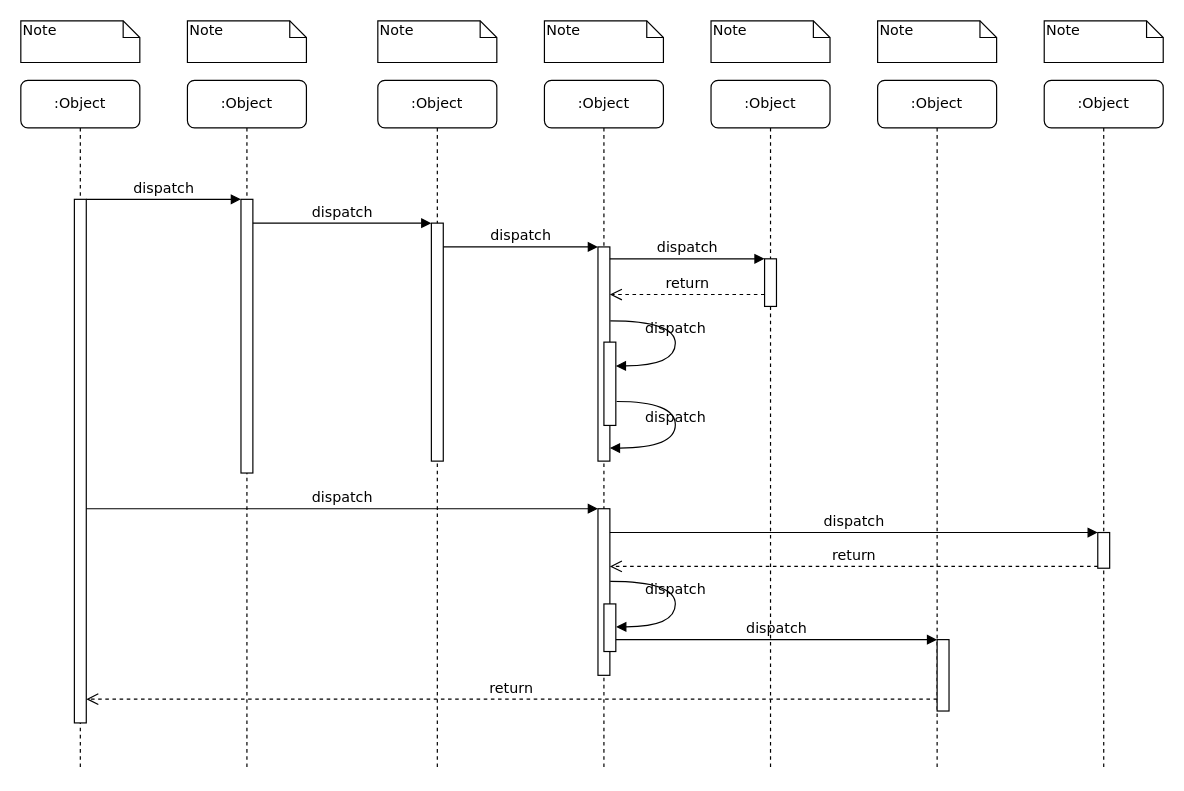
This is sequence.drawio from StanEkso/kanban-projecting, a draw.io file, before an edit. Source tidied: cells renumbered, new cells numbered last; positions are measured from the earlier drawing's top-left corner, leaving out a move shared by most shapes. Both pictures are drawn from the tidied source at 119%, with x=0, y=0 at pixel (20, 20).
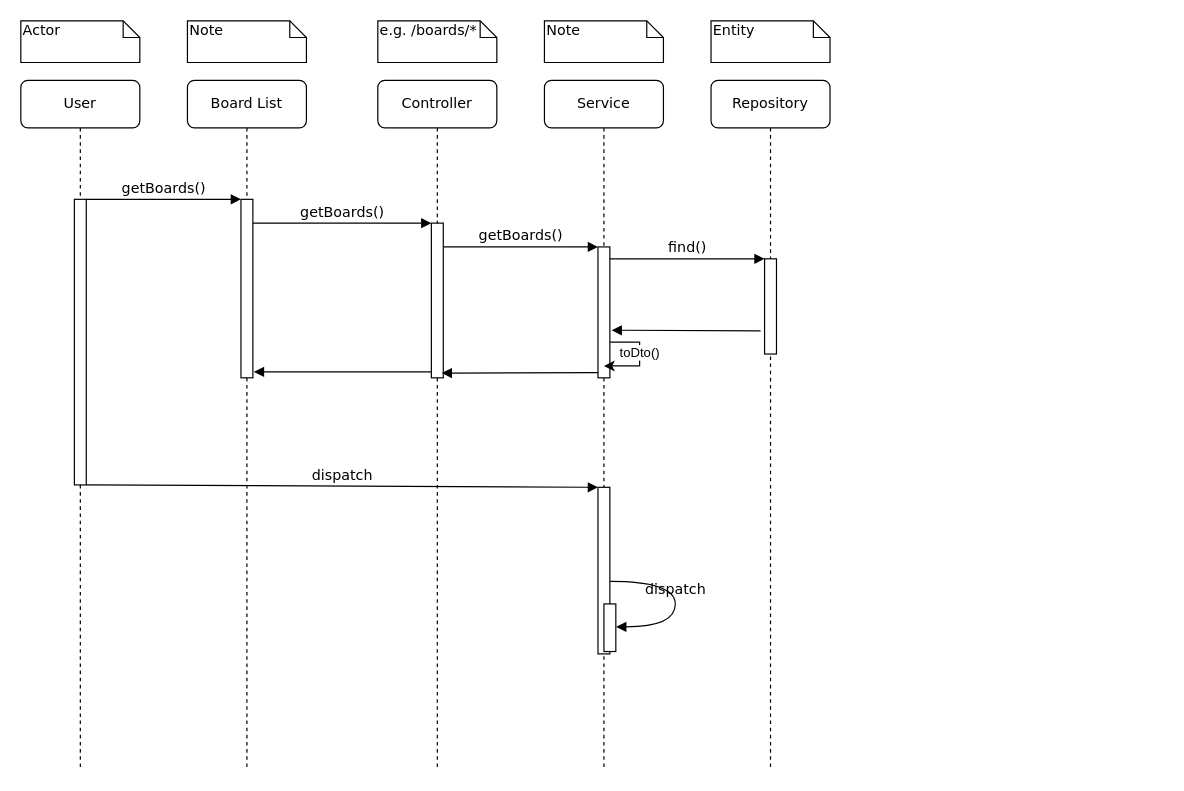
Above is the later version.

Commit message:
feat: board sequence

Unchanged cells that the change refers to:
```xml
<mxCell id="30" style="html=1;points=[];perimeter=orthogonalPerimeter;rounded=0;shadow=0;comic=0;labelBackgroundColor=none;strokeWidth=1;fontFamily=Verdana;fontSize=12;align=center;" parent="1" vertex="1">
  <mxGeometry x="490" y="490" width="10" height="40" as="geometry" />
</mxCell>
```

What changed in the source:
```diff
@@
-    <mxCell id="2" value=":Object" style="shape=umlLifeline;perimeter=lifelinePerimeter;whiteSpace=wrap;html=1;rounded=1;shadow=0;comic=0;labelBackgroundColor=none;strokeWidth=1;fontFamily=Verdana;fontSize=12;align=center;" parent="1" vertex="1">
+    <mxCell id="2" value="Board List" style="shape=umlLifeline;perimeter=lifelinePerimeter;whiteSpace=wrap;html=1;rounded=1;shadow=0;comic=0;labelBackgroundColor=none;strokeWidth=1;fontFamily=Verdana;fontSize=12;align=center;" parent="1" vertex="1">
       <mxGeometry x="140" y="50" width="100" height="580" as="geometry" />
     </mxCell>
     <mxCell id="3" style="html=1;points=[];perimeter=orthogonalPerimeter;rounded=0;shadow=0;comic=0;labelBackgroundColor=none;strokeWidth=1;fontFamily=Verdana;fontSize=12;align=center;" parent="2" vertex="1">
-      <mxGeometry x="45" y="100" width="10" height="230" as="geometry" />
+      <mxGeometry x="45" y="100" width="10" height="150" as="geometry" />
     </mxCell>
-    <mxCell id="4" value=":Object" style="shape=umlLifeline;perimeter=lifelinePerimeter;whiteSpace=wrap;html=1;rounded=1;shadow=0;comic=0;labelBackgroundColor=none;strokeWidth=1;fontFamily=Verdana;fontSize=12;align=center;" parent="1" vertex="1">
+    <mxCell id="4" value="Controller" style="shape=umlLifeline;perimeter=lifelinePerimeter;whiteSpace=wrap;html=1;rounded=1;shadow=0;comic=0;labelBackgroundColor=none;strokeWidth=1;fontFamily=Verdana;fontSize=12;align=center;" parent="1" vertex="1">
       <mxGeometry x="300" y="50" width="100" height="580" as="geometry" />
     </mxCell>
     <mxCell id="5" style="html=1;points=[];perimeter=orthogonalPerimeter;rounded=0;shadow=0;comic=0;labelBackgroundColor=none;strokeWidth=1;fontFamily=Verdana;fontSize=12;align=center;" parent="4" vertex="1">
-      <mxGeometry x="45" y="120" width="10" height="200" as="geometry" />
+      <mxGeometry x="45" y="120" width="10" height="130" as="geometry" />
     </mxCell>
-    <mxCell id="6" value=":Object" style="shape=umlLifeline;perimeter=lifelinePerimeter;whiteSpace=wrap;html=1;rounded=1;shadow=0;comic=0;labelBackgroundColor=none;strokeWidth=1;fontFamily=Verdana;fontSize=12;align=center;" parent="1" vertex="1">
+    <mxCell id="6" value="Service" style="shape=umlLifeline;perimeter=lifelinePerimeter;whiteSpace=wrap;html=1;rounded=1;shadow=0;comic=0;labelBackgroundColor=none;strokeWidth=1;fontFamily=Verdana;fontSize=12;align=center;" parent="1" vertex="1">
       <mxGeometry x="440" y="50" width="100" height="580" as="geometry" />
     </mxCell>
-    <mxCell id="7" value=":Object" style="shape=umlLifeline;perimeter=lifelinePerimeter;whiteSpace=wrap;html=1;rounded=1;shadow=0;comic=0;labelBackgroundColor=none;strokeWidth=1;fontFamily=Verdana;fontSize=12;align=center;" parent="1" vertex="1">
+    <mxCell id="7" value="Repository" style="shape=umlLifeline;perimeter=lifelinePerimeter;whiteSpace=wrap;html=1;rounded=1;shadow=0;comic=0;labelBackgroundColor=none;strokeWidth=1;fontFamily=Verdana;fontSize=12;align=center;" parent="1" vertex="1">
       <mxGeometry x="580" y="50" width="100" height="580" as="geometry" />
     </mxCell>
-    <mxCell id="8" value=":Object" style="shape=umlLifeline;perimeter=lifelinePerimeter;whiteSpace=wrap;html=1;rounded=1;shadow=0;comic=0;labelBackgroundColor=none;strokeWidth=1;fontFamily=Verdana;fontSize=12;align=center;" parent="1" vertex="1">
-      <mxGeometry x="720" y="50" width="100" height="580" as="geometry" />
-    </mxCell>
-    <mxCell id="9" value=":Object" style="shape=umlLifeline;perimeter=lifelinePerimeter;whiteSpace=wrap;html=1;rounded=1;shadow=0;comic=0;labelBackgroundColor=none;strokeWidth=1;fontFamily=Verdana;fontSize=12;align=center;" parent="1" vertex="1">
-      <mxGeometry x="860" y="50" width="100" height="580" as="geometry" />
-    </mxCell>
-    <mxCell id="10" value=":Object" style="shape=umlLifeline;perimeter=lifelinePerimeter;whiteSpace=wrap;html=1;rounded=1;shadow=0;comic=0;labelBackgroundColor=none;strokeWidth=1;fontFamily=Verdana;fontSize=12;align=center;" parent="1" vertex="1">
+    <mxCell id="10" value="User" style="shape=umlLifeline;perimeter=lifelinePerimeter;whiteSpace=wrap;html=1;rounded=1;shadow=0;comic=0;labelBackgroundColor=none;strokeWidth=1;fontFamily=Verdana;fontSize=12;align=center;" parent="1" vertex="1">
       <mxGeometry y="50" width="100" height="580" as="geometry" />
     </mxCell>
     <mxCell id="11" style="html=1;points=[];perimeter=orthogonalPerimeter;rounded=0;shadow=0;comic=0;labelBackgroundColor=none;strokeWidth=1;fontFamily=Verdana;fontSize=12;align=center;" parent="10" vertex="1">
-      <mxGeometry x="45" y="100" width="10" height="440" as="geometry" />
+      <mxGeometry x="45" y="100" width="10" height="240" as="geometry" />
     </mxCell>
     <mxCell id="12" style="html=1;points=[];perimeter=orthogonalPerimeter;rounded=0;shadow=0;comic=0;labelBackgroundColor=none;strokeWidth=1;fontFamily=Verdana;fontSize=12;align=center;" parent="1" vertex="1">
-      <mxGeometry x="485" y="190" width="10" height="180" as="geometry" />
+      <mxGeometry x="485" y="190" width="10" height="110" as="geometry" />
     </mxCell>
-    <mxCell id="13" value="dispatch" style="html=1;verticalAlign=bottom;endArrow=block;labelBackgroundColor=none;fontFamily=Verdana;fontSize=12;edgeStyle=elbowEdgeStyle;elbow=vertical;" parent="1" edge="1" source="5" target="12">
+    <mxCell id="13" value="getBoards()" style="html=1;verticalAlign=bottom;endArrow=block;labelBackgroundColor=none;fontFamily=Verdana;fontSize=12;edgeStyle=elbowEdgeStyle;elbow=vertical;" parent="1" edge="1" source="5" target="12">
       <mxGeometry relative="1" as="geometry">
         <Array as="points">
           <mxPoint x="360" y="190" />
         </Array>
       </mxGeometry>
     </mxCell>
     <mxCell id="14" style="html=1;points=[];perimeter=orthogonalPerimeter;rounded=0;shadow=0;comic=0;labelBackgroundColor=none;strokeWidth=1;fontFamily=Verdana;fontSize=12;align=center;" parent="1" vertex="1">
-      <mxGeometry x="625" y="200" width="10" height="40" as="geometry" />
+      <mxGeometry x="625" y="200" width="10" height="80" as="geometry" />
     </mxCell>
-    <mxCell id="15" value="dispatch" style="html=1;verticalAlign=bottom;endArrow=block;entryX=0;entryY=0;labelBackgroundColor=none;fontFamily=Verdana;fontSize=12;edgeStyle=elbowEdgeStyle;elbow=vertical;" parent="1" edge="1" source="12" target="14">
+    <mxCell id="15" value="find()" style="html=1;verticalAlign=bottom;endArrow=block;entryX=0;entryY=0;labelBackgroundColor=none;fontFamily=Verdana;fontSize=12;edgeStyle=elbowEdgeStyle;elbow=vertical;" parent="1" edge="1" source="12" target="14">
       <mxGeometry relative="1" as="geometry" />
     </mxCell>
-    <mxCell id="16" value="return" style="html=1;verticalAlign=bottom;endArrow=open;dashed=1;endSize=8;labelBackgroundColor=none;fontFamily=Verdana;fontSize=12;edgeStyle=elbowEdgeStyle;elbow=vertical;" parent="1" edge="1" source="14" target="12">
-      <mxGeometry relative="1" as="geometry">
-        <Array as="points">
-          <mxPoint x="570" y="230" />
-          <mxPoint x="600" y="230" />
-        </Array>
-      </mxGeometry>
-    </mxCell>
     <mxCell id="17" style="html=1;points=[];perimeter=orthogonalPerimeter;rounded=0;shadow=0;comic=0;labelBackgroundColor=none;strokeWidth=1;fontFamily=Verdana;fontSize=12;align=center;" parent="1" vertex="1">
-      <mxGeometry x="485" y="410" width="10" height="140" as="geometry" />
+      <mxGeometry x="485" y="392" width="10" height="140" as="geometry" />
     </mxCell>
@@
-    <mxCell id="19" style="html=1;points=[];perimeter=orthogonalPerimeter;rounded=0;shadow=0;comic=0;labelBackgroundColor=none;strokeColor=#000000;strokeWidth=1;fillColor=#FFFFFF;fontFamily=Verdana;fontSize=12;fontColor=#000000;align=center;" parent="1" vertex="1">
-      <mxGeometry x="905" y="430" width="10" height="30" as="geometry" />
-    </mxCell>
-    <mxCell id="20" value="dispatch" style="html=1;verticalAlign=bottom;endArrow=block;entryX=0;entryY=0;labelBackgroundColor=none;fontFamily=Verdana;fontSize=12;" parent="1" edge="1" source="17" target="19">
-      <mxGeometry relative="1" as="geometry" />
-    </mxCell>
-    <mxCell id="21" value="return" style="html=1;verticalAlign=bottom;endArrow=open;dashed=1;endSize=8;exitX=0;exitY=0.95;labelBackgroundColor=none;fontFamily=Verdana;fontSize=12;" parent="1" edge="1" source="19" target="17">
-      <mxGeometry relative="1" as="geometry" />
-    </mxCell>
-    <mxCell id="22" style="html=1;points=[];perimeter=orthogonalPerimeter;rounded=0;shadow=0;comic=0;labelBackgroundColor=none;strokeWidth=1;fontFamily=Verdana;fontSize=12;align=center;" parent="1" vertex="1">
-      <mxGeometry x="770" y="520" width="10" height="60" as="geometry" />
-    </mxCell>
-    <mxCell id="23" value="dispatch" style="html=1;verticalAlign=bottom;endArrow=block;entryX=0;entryY=0;labelBackgroundColor=none;fontFamily=Verdana;fontSize=12;edgeStyle=elbowEdgeStyle;elbow=vertical;" parent="1" edge="1" source="30" target="22">
-      <mxGeometry relative="1" as="geometry" />
-    </mxCell>
-    <mxCell id="24" value="return" style="html=1;verticalAlign=bottom;endArrow=open;dashed=1;endSize=8;labelBackgroundColor=none;fontFamily=Verdana;fontSize=12;edgeStyle=elbowEdgeStyle;elbow=vertical;" parent="1" edge="1" source="22" target="11">
-      <mxGeometry relative="1" as="geometry">
-        <Array as="points">
-          <mxPoint x="470" y="570" />
-        </Array>
-      </mxGeometry>
-    </mxCell>
-    <mxCell id="25" value="dispatch" style="html=1;verticalAlign=bottom;endArrow=block;entryX=0;entryY=0;labelBackgroundColor=none;fontFamily=Verdana;fontSize=12;edgeStyle=elbowEdgeStyle;elbow=vertical;" parent="1" edge="1" source="11" target="3">
+    <mxCell id="25" value="getBoards()" style="html=1;verticalAlign=bottom;endArrow=block;entryX=0;entryY=0;labelBackgroundColor=none;fontFamily=Verdana;fontSize=12;edgeStyle=elbowEdgeStyle;elbow=vertical;" parent="1" edge="1" source="11" target="3">
       <mxGeometry relative="1" as="geometry" />
     </mxCell>
-    <mxCell id="26" value="dispatch" style="html=1;verticalAlign=bottom;endArrow=block;entryX=0;entryY=0;labelBackgroundColor=none;fontFamily=Verdana;fontSize=12;edgeStyle=elbowEdgeStyle;elbow=vertical;" parent="1" edge="1" source="3" target="5">
+    <mxCell id="26" value="getBoards()" style="html=1;verticalAlign=bottom;endArrow=block;entryX=0;entryY=0;labelBackgroundColor=none;fontFamily=Verdana;fontSize=12;edgeStyle=elbowEdgeStyle;elbow=vertical;" parent="1" edge="1" source="3" target="5">
       <mxGeometry relative="1" as="geometry" />
     </mxCell>
-    <mxCell id="27" style="html=1;points=[];perimeter=orthogonalPerimeter;rounded=0;shadow=0;comic=0;labelBackgroundColor=none;strokeWidth=1;fontFamily=Verdana;fontSize=12;align=center;" parent="1" vertex="1">
-      <mxGeometry x="490" y="270" width="10" height="70" as="geometry" />
-    </mxCell>
-    <mxCell id="28" value="dispatch" style="html=1;verticalAlign=bottom;endArrow=block;labelBackgroundColor=none;fontFamily=Verdana;fontSize=12;elbow=vertical;edgeStyle=orthogonalEdgeStyle;curved=1;entryX=1;entryY=0.286;entryPerimeter=0;exitX=1.038;exitY=0.345;exitPerimeter=0;" parent="1" edge="1" source="12" target="27">
-      <mxGeometry relative="1" as="geometry">
-        <Array as="points">
-          <mxPoint x="550" y="252" />
-          <mxPoint x="550" y="290" />
-        </Array>
-      </mxGeometry>
-    </mxCell>
-    <mxCell id="29" value="dispatch" style="html=1;verticalAlign=bottom;endArrow=block;labelBackgroundColor=none;fontFamily=Verdana;fontSize=12;elbow=vertical;edgeStyle=orthogonalEdgeStyle;curved=1;exitX=1.066;exitY=0.713;exitPerimeter=0;" parent="1" edge="1" source="27">
-      <mxGeometry relative="1" as="geometry">
-        <mxPoint x="495" y="359" as="targetPoint" />
-        <Array as="points">
-          <mxPoint x="550" y="320" />
-          <mxPoint x="550" y="359" />
-        </Array>
-      </mxGeometry>
-    </mxCell>
@@
-    <mxCell id="32" value="Note" style="shape=note;whiteSpace=wrap;html=1;size=14;verticalAlign=top;align=left;spacingTop=-6;rounded=0;shadow=0;comic=0;labelBackgroundColor=none;strokeWidth=1;fontFamily=Verdana;fontSize=12;" parent="1" vertex="1">
+    <mxCell id="32" value="Actor" style="shape=note;whiteSpace=wrap;html=1;size=14;verticalAlign=top;align=left;spacingTop=-6;rounded=0;shadow=0;comic=0;labelBackgroundColor=none;strokeWidth=1;fontFamily=Verdana;fontSize=12;" parent="1" vertex="1">
       <mxGeometry width="100" height="35" as="geometry" />
     </mxCell>
@@
-    <mxCell id="34" value="Note" style="shape=note;whiteSpace=wrap;html=1;size=14;verticalAlign=top;align=left;spacingTop=-6;rounded=0;shadow=0;comic=0;labelBackgroundColor=none;strokeWidth=1;fontFamily=Verdana;fontSize=12;" parent="1" vertex="1">
+    <mxCell id="34" value="e.g. /boards/*" style="shape=note;whiteSpace=wrap;html=1;size=14;verticalAlign=top;align=left;spacingTop=-6;rounded=0;shadow=0;comic=0;labelBackgroundColor=none;strokeWidth=1;fontFamily=Verdana;fontSize=12;" parent="1" vertex="1">
       <mxGeometry x="300" width="100" height="35" as="geometry" />
     </mxCell>
@@
-    <mxCell id="36" value="Note" style="shape=note;whiteSpace=wrap;html=1;size=14;verticalAlign=top;align=left;spacingTop=-6;rounded=0;shadow=0;comic=0;labelBackgroundColor=none;strokeWidth=1;fontFamily=Verdana;fontSize=12;" parent="1" vertex="1">
+    <mxCell id="36" value="Entity" style="shape=note;whiteSpace=wrap;html=1;size=14;verticalAlign=top;align=left;spacingTop=-6;rounded=0;shadow=0;comic=0;labelBackgroundColor=none;strokeWidth=1;fontFamily=Verdana;fontSize=12;" parent="1" vertex="1">
       <mxGeometry x="580" width="100" height="35" as="geometry" />
     </mxCell>
-    <mxCell id="37" value="Note" style="shape=note;whiteSpace=wrap;html=1;size=14;verticalAlign=top;align=left;spacingTop=-6;rounded=0;shadow=0;comic=0;labelBackgroundColor=none;strokeWidth=1;fontFamily=Verdana;fontSize=12;" parent="1" vertex="1">
-      <mxGeometry x="720" width="100" height="35" as="geometry" />
-    </mxCell>
-    <mxCell id="38" value="Note" style="shape=note;whiteSpace=wrap;html=1;size=14;verticalAlign=top;align=left;spacingTop=-6;rounded=0;shadow=0;comic=0;labelBackgroundColor=none;strokeWidth=1;fontFamily=Verdana;fontSize=12;" parent="1" vertex="1">
-      <mxGeometry x="860" width="100" height="35" as="geometry" />
-    </mxCell>
+    <mxCell id="39" style="html=1;verticalAlign=bottom;endArrow=block;entryX=1.152;entryY=0.946;labelBackgroundColor=none;fontFamily=Verdana;fontSize=12;edgeStyle=elbowEdgeStyle;elbow=vertical;entryDx=0;entryDy=0;entryPerimeter=0;exitX=-0.33;exitY=0.945;exitDx=0;exitDy=0;exitPerimeter=0;" parent="1" edge="1">
+      <mxGeometry relative="1" as="geometry">
+        <mxPoint x="621.7" y="260.5" as="sourcePoint" />
+        <mxPoint x="496.5" y="260.1" as="targetPoint" />
+      </mxGeometry>
+    </mxCell>
+    <mxCell id="40" style="html=1;verticalAlign=bottom;endArrow=block;labelBackgroundColor=none;fontFamily=Verdana;fontSize=12;edgeStyle=elbowEdgeStyle;elbow=vertical;exitX=0.029;exitY=0.897;exitDx=0;exitDy=0;exitPerimeter=0;entryX=0.867;entryY=0.915;entryDx=0;entryDy=0;entryPerimeter=0;" parent="1" edge="1">
+      <mxGeometry relative="1" as="geometry">
+        <mxPoint x="485.3" y="295.7" as="sourcePoint" />
+        <mxPoint x="353.7" y="295.9" as="targetPoint" />
+      </mxGeometry>
+    </mxCell>
+    <mxCell id="41" value="toDto()" style="endArrow=classic;html=1;rounded=0;exitX=1.03;exitY=0.727;exitDx=0;exitDy=0;exitPerimeter=0;" parent="1" edge="1" source="12">
+      <mxGeometry x="-0.1" relative="1" as="geometry">
+        <mxPoint x="490" y="290" as="targetPoint" />
+        <Array as="points">
+          <mxPoint x="520" y="270" />
+          <mxPoint x="520" y="290" />
+        </Array>
+      </mxGeometry>
+    </mxCell>
+    <mxCell id="42" style="html=1;verticalAlign=bottom;endArrow=block;labelBackgroundColor=none;fontFamily=Verdana;fontSize=12;edgeStyle=elbowEdgeStyle;elbow=vertical;exitX=-0.006;exitY=0.962;exitDx=0;exitDy=0;exitPerimeter=0;entryX=1.085;entryY=0.97;entryDx=0;entryDy=0;entryPerimeter=0;" parent="1" edge="1" source="5" target="3">
+      <mxGeometry relative="1" as="geometry" />
+    </mxCell>
```
